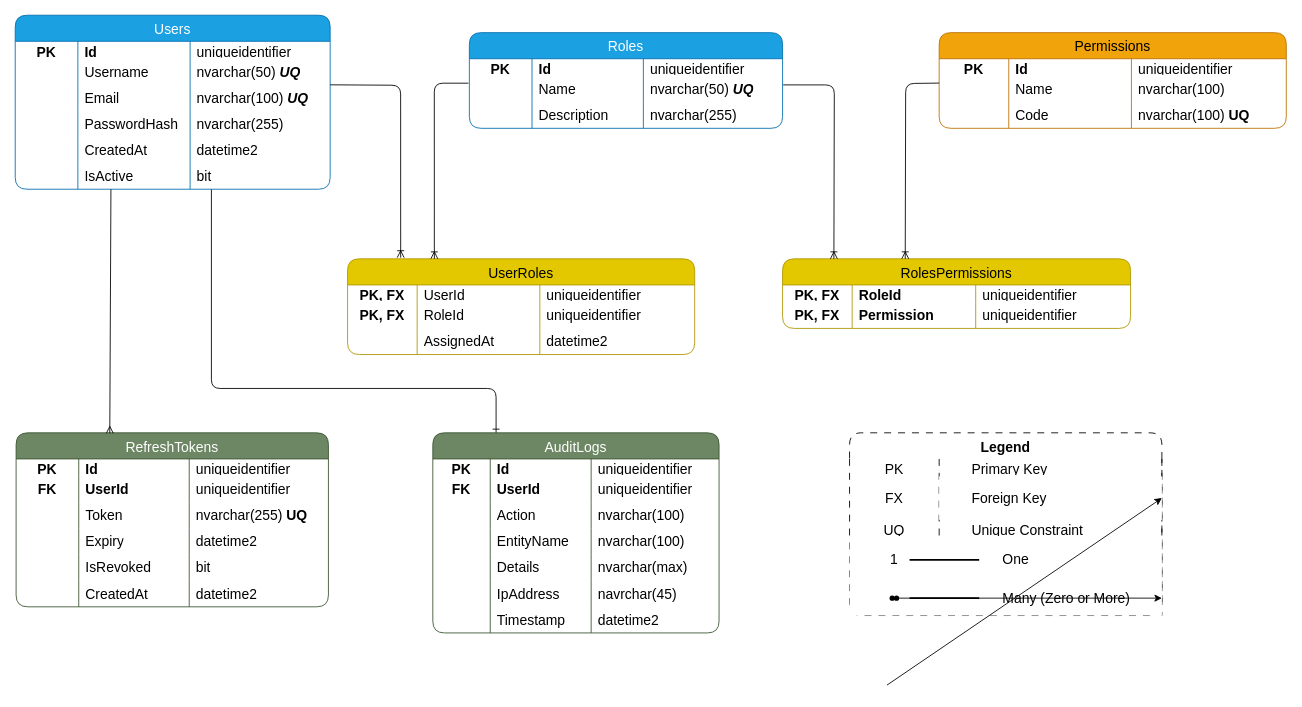
The draw.io diagram DBDesign.drawio in babynapboltron8/Identity-and-Access-Management-IAM-, before the edit. Source tidied: cells renumbered, new cells numbered last; positions are measured from the earlier drawing's top-left corner, leaving out a move shared by most shapes. Both pictures are drawn from the tidied source at 87%, with x=0, y=0 at pixel (15, 15).
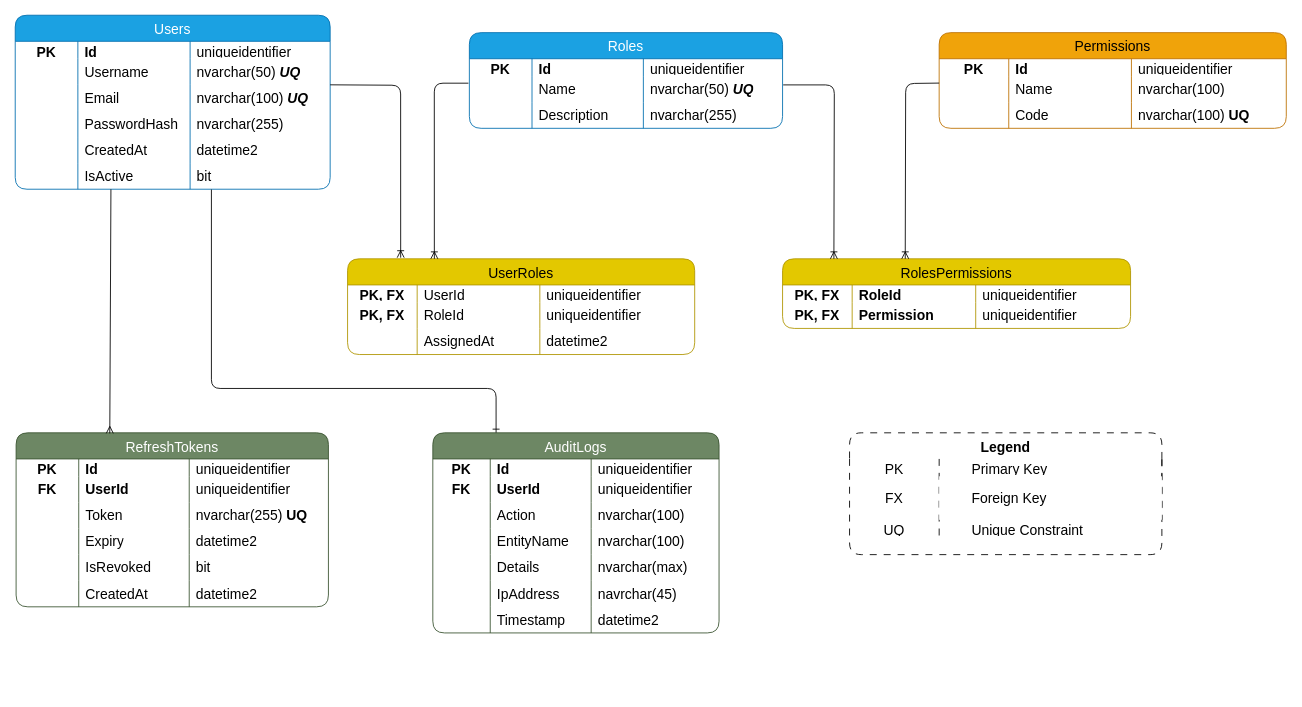
Above is the later version.

Unchanged cells that the change refers to:
```xml
<mxCell id="136" style="shape=waypoint;sketch=0;fillStyle=solid;size=6;points=[];fillColor=none;perimeter=centerPerimeter;snapToPoint=1;labelBackgroundColor=default;" parent="133" vertex="1">
  <mxGeometry x="359" height="50" as="geometry" />
</mxCell>
```

What changed in the source:
```diff
@@
     <mxCell id="129" value="Legend" style="shape=table;startSize=30;childLayout=tableLayout;rowLines=0;fontStyle=1;strokeColor=default;fontSize=16;resizeLastRow=0;shadow=0;rounded=1;swimlaneLine=0;swimlaneHead=1;swimlaneBody=1;fixDash=0;dashed=1;dashPattern=8 8;swimlaneFillColor=default;" parent="1" vertex="1">
-      <mxGeometry x="959" y="480" width="359" height="210" as="geometry" />
+      <mxGeometry x="959" y="480" width="359" height="140" as="geometry" />
     </mxCell>
@@
-    <mxCell id="140" style="shape=tableRow;horizontal=0;startSize=0;swimlaneHead=0;swimlaneBody=0;top=0;left=0;bottom=0;right=0;fillColor=default;strokeColor=inherit;fontSize=16;swimlaneLine=0;swimlaneFillColor=none;labelBackgroundColor=default;" parent="129" vertex="1">
-      <mxGeometry y="120" width="359" height="50" as="geometry" />
-    </mxCell>
-    <mxCell id="141" value="1" style="shape=partialRectangle;html=1;whiteSpace=wrap;fillColor=none;top=0;left=0;bottom=0;right=0;overflow=hidden;strokeColor=inherit;fontSize=16;align=center;dashed=1;strokeWidth=0;labelBackgroundColor=default;" parent="140" vertex="1">
-      <mxGeometry width="103" height="50" as="geometry" />
-    </mxCell>
-    <mxCell id="142" value="&lt;span style=&quot;white-space: pre;&quot;&gt;&#9;&lt;/span&gt;&lt;span style=&quot;white-space: pre;&quot;&gt;&#9;&lt;/span&gt;One&lt;span style=&quot;white-space: pre;&quot;&gt;&#9;&lt;/span&gt;" style="shape=partialRectangle;html=1;whiteSpace=wrap;fillColor=none;top=0;left=0;bottom=0;right=0;overflow=hidden;strokeColor=inherit;fontSize=16;align=left;dashed=1;strokeWidth=0;labelBackgroundColor=default;" parent="140" vertex="1">
-      <mxGeometry x="103" width="256" height="50" as="geometry" />
-    </mxCell>
-    <mxCell id="143" style="shape=tableRow;horizontal=0;startSize=0;swimlaneHead=0;swimlaneBody=0;top=0;left=0;bottom=0;right=0;fillColor=default;strokeColor=inherit;fontSize=16;swimlaneLine=0;swimlaneFillColor=none;labelBackgroundColor=default;" parent="129" vertex="1">
-      <mxGeometry y="170" width="359" height="40" as="geometry" />
-    </mxCell>
-    <mxCell id="144" style="shape=partialRectangle;html=1;whiteSpace=wrap;fillColor=none;top=0;left=0;bottom=0;right=0;overflow=hidden;strokeColor=inherit;fontSize=16;align=center;dashed=1;strokeWidth=0;labelBackgroundColor=default;" parent="143" vertex="1">
-      <mxGeometry width="103" height="40" as="geometry" />
-    </mxCell>
-    <mxCell id="145" value="&lt;span style=&quot;white-space: pre;&quot;&gt;&#9;&lt;/span&gt;&lt;span style=&quot;white-space: pre;&quot;&gt;&#9;&lt;/span&gt;Many (Zero or More)" style="shape=partialRectangle;html=1;whiteSpace=wrap;fillColor=none;top=0;left=0;bottom=0;right=0;overflow=hidden;strokeColor=inherit;fontSize=16;align=left;dashed=1;strokeWidth=0;labelBackgroundColor=default;" parent="143" vertex="1">
-      <mxGeometry x="103" width="256" height="40" as="geometry" />
-    </mxCell>
-    <mxCell id="146" style="shape=waypoint;sketch=0;fillStyle=solid;size=6;points=[];fillColor=none;perimeter=centerPerimeter;snapToPoint=1;labelBackgroundColor=default;" parent="143" vertex="1">
-      <mxGeometry x="359" height="40" as="geometry" />
-    </mxCell>
-    <mxCell id="147" style="line;strokeWidth=2;html=1;" parent="1" vertex="1">
-      <mxGeometry x="1028" y="621" width="80" height="10" as="geometry" />
-    </mxCell>
-    <mxCell id="148" style="edgeStyle=none;html=1;" parent="1" edge="1" target="136">
-      <mxGeometry relative="1" as="geometry">
-        <mxPoint x="1002" y="770" as="sourcePoint" />
-      </mxGeometry>
-    </mxCell>
-    <mxCell id="149" style="shape=waypoint;sketch=0;fillStyle=solid;size=6;fillColor=none;perimeter=centerPerimeter;" parent="1" vertex="1">
-      <mxGeometry x="998" y="660" width="20" height="20" as="geometry" />
-    </mxCell>
-    <mxCell id="150" style="edgeStyle=none;html=1;" parent="1" edge="1" source="151" target="146">
-      <mxGeometry relative="1" as="geometry" />
-    </mxCell>
-    <mxCell id="151" value="                " style="shape=waypoint;sketch=0;fillStyle=solid;size=6;points=[];fillColor=none;perimeter=centerPerimeter;snapToPoint=1;" parent="1" vertex="1">
-      <mxGeometry x="1003" y="660" width="20" height="20" as="geometry" />
-    </mxCell>
-    <mxCell id="152" style="line;strokeWidth=2;html=1;" parent="1" vertex="1">
-      <mxGeometry x="1028" y="665" width="80" height="10" as="geometry" />
-    </mxCell>
```
